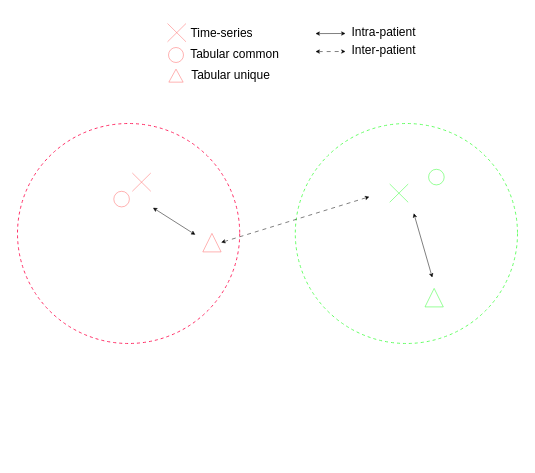
Earlier version of the draw.io diagram contrastive_decoupling.drawio (Jeremstym/didacticJerem). Source tidied: cells renumbered, new cells numbered last; positions are measured from the earlier drawing's top-left corner, leaving out a move shared by most shapes. Both pictures are drawn from the tidied source at 100%, with x=0, y=0 at pixel (17, 17).
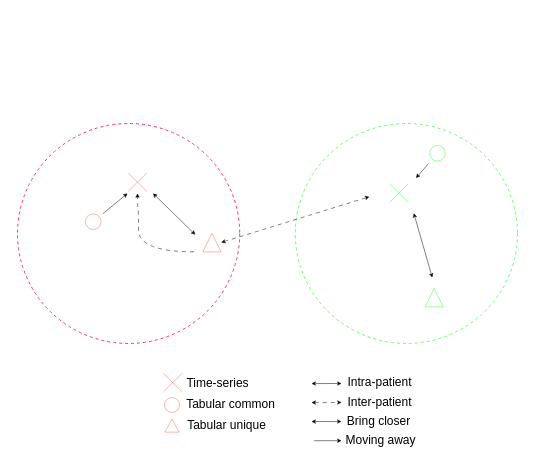
After the change.

Unchanged cells that the change refers to:
```xml
<mxCell id="2" style="ellipse;whiteSpace=wrap;html=1;fillColor=none;dashed=1;strokeColor=#FF3068;" parent="1" vertex="1">
  <mxGeometry y="106" width="222.2" height="220" as="geometry" />
</mxCell>
```

The edit, as a diff of the source:
```diff
@@
+    <mxCell id="13" style="ellipse;whiteSpace=wrap;html=1;fillColor=none;dashed=1;strokeColor=#66FF66;" parent="1" vertex="1">
+      <mxGeometry x="277.8" y="106" width="222.2" height="220" as="geometry" />
+    </mxCell>
@@
     <mxCell id="3" style="ellipse;whiteSpace=wrap;html=1;align=center;verticalAlign=top;fontFamily=Helvetica;fontSize=12;fontColor=default;fillColor=none;gradientColor=none;strokeWidth=0.5;strokeColor=#FF6666;" parent="1" vertex="1">
-      <mxGeometry x="96.3" y="173.8" width="15.6" height="15.6" as="geometry" />
+      <mxGeometry x="68" y="196.4" width="15.6" height="15.6" as="geometry" />
     </mxCell>
     <mxCell id="4" style="endArrow=none;html=1;rounded=0;fontFamily=Helvetica;fontSize=12;fontColor=default;strokeWidth=0.5;strokeColor=#FF6666;" parent="1" edge="1">
       <mxGeometry relative="1" as="geometry">
-        <mxPoint x="114.8" y="173.8" as="sourcePoint" />
-        <mxPoint x="133.3" y="155.5" as="targetPoint" />
+        <mxPoint x="110.8" y="173.8" as="sourcePoint" />
+        <mxPoint x="129.3" y="155.5" as="targetPoint" />
       </mxGeometry>
     </mxCell>
     <mxCell id="5" style="endArrow=none;html=1;rounded=0;fontFamily=Helvetica;fontSize=12;fontColor=default;strokeWidth=0.5;strokeColor=#FF6666;" parent="1" edge="1">
       <mxGeometry relative="1" as="geometry">
-        <mxPoint x="133.3" y="173.8" as="sourcePoint" />
-        <mxPoint x="114.8" y="155.5" as="targetPoint" />
+        <mxPoint x="129.3" y="173.8" as="sourcePoint" />
+        <mxPoint x="110.8" y="155.5" as="targetPoint" />
         <Array as="points">
-          <mxPoint x="114.8" y="155.5" />
+          <mxPoint x="110.8" y="155.5" />
         </Array>
       </mxGeometry>
     </mxCell>
@@
     <mxCell id="7" style="ellipse;whiteSpace=wrap;html=1;align=center;verticalAlign=top;fontFamily=Helvetica;fontSize=12;fontColor=default;fillColor=none;gradientColor=none;strokeWidth=0.5;strokeColor=#33FF33;" parent="1" vertex="1">
-      <mxGeometry x="411.1" y="151.8" width="15.6" height="15.6" as="geometry" />
+      <mxGeometry x="412.1" y="128" width="15.6" height="15.6" as="geometry" />
     </mxCell>
@@
-    <mxCell id="11" style="endArrow=classic;startArrow=classic;html=1;rounded=0;fontFamily=Helvetica;fontSize=12;fontColor=default;strokeWidth=0.5;endSize=3;startSize=3;" parent="1" edge="1">
+    <mxCell id="11" style="endArrow=classic;startArrow=classic;html=1;rounded=0;fontFamily=Helvetica;fontSize=12;fontColor=default;strokeWidth=0.5;endSize=3;startSize=3;exitX=0.61;exitY=0.318;exitDx=0;exitDy=0;exitPerimeter=0;" parent="1" edge="1" source="2">
       <mxGeometry relative="1" as="geometry">
-        <mxPoint x="135.5" y="190.3" as="sourcePoint" />
         <mxPoint x="177.8" y="217.2" as="targetPoint" />
       </mxGeometry>
     </mxCell>
@@
-    <mxCell id="13" style="ellipse;whiteSpace=wrap;html=1;fillColor=none;dashed=1;strokeColor=#66FF66;" parent="1" vertex="1">
-      <mxGeometry x="277.8" y="106" width="222.2" height="220" as="geometry" />
-    </mxCell>
@@
     <mxCell id="15" style="endArrow=none;html=1;rounded=0;fontFamily=Helvetica;fontSize=12;fontColor=default;strokeWidth=0.5;strokeColor=#FF6666;" parent="1" edge="1">
       <mxGeometry relative="1" as="geometry">
-        <mxPoint x="150" y="24.3" as="sourcePoint" />
-        <mxPoint x="168.5" y="6" as="targetPoint" />
+        <mxPoint x="146" y="374.3" as="sourcePoint" />
+        <mxPoint x="164.5" y="356" as="targetPoint" />
       </mxGeometry>
     </mxCell>
     <mxCell id="16" style="endArrow=none;html=1;rounded=0;fontFamily=Helvetica;fontSize=12;fontColor=default;strokeWidth=0.5;strokeColor=#FF6666;" parent="1" edge="1">
       <mxGeometry relative="1" as="geometry">
-        <mxPoint x="168.5" y="24.3" as="sourcePoint" />
-        <mxPoint x="150" y="6" as="targetPoint" />
+        <mxPoint x="164.5" y="374.3" as="sourcePoint" />
+        <mxPoint x="146" y="356" as="targetPoint" />
         <Array as="points">
-          <mxPoint x="150" y="6" />
+          <mxPoint x="146" y="356" />
         </Array>
       </mxGeometry>
     </mxCell>
     <mxCell id="17" value="Time-series" style="text;html=1;align=center;verticalAlign=middle;strokeColor=none;fillColor=none;fontFamily=Helvetica;fontSize=12;fontColor=default;" parent="1" vertex="1">
-      <mxGeometry x="159" y="1" width="90" height="30" as="geometry" />
+      <mxGeometry x="155" y="351" width="90" height="30" as="geometry" />
     </mxCell>
     <mxCell id="18" style="ellipse;whiteSpace=wrap;html=1;align=center;verticalAlign=top;fontFamily=Helvetica;fontSize=12;fontColor=default;fillColor=none;gradientColor=none;strokeWidth=0.5;strokeColor=#FF6666;" parent="1" vertex="1">
-      <mxGeometry x="151" y="30" width="15" height="15" as="geometry" />
+      <mxGeometry x="147" y="380" width="15" height="15" as="geometry" />
     </mxCell>
     <mxCell id="19" value="Tabular common" style="text;html=1;align=center;verticalAlign=middle;strokeColor=none;fillColor=none;fontFamily=Helvetica;fontSize=12;fontColor=default;" parent="1" vertex="1">
-      <mxGeometry x="162" y="21.5" width="110" height="30" as="geometry" />
+      <mxGeometry x="158" y="371.5" width="110" height="30" as="geometry" />
     </mxCell>
     <mxCell id="20" style="triangle;whiteSpace=wrap;html=1;align=center;verticalAlign=top;fontFamily=Helvetica;fontSize=12;fontColor=default;fillColor=none;gradientColor=none;rotation=-90;strokeWidth=0.5;strokeColor=#FF6666;" parent="1" vertex="1">
-      <mxGeometry x="152" y="51" width="13" height="14.3" as="geometry" />
+      <mxGeometry x="148" y="401" width="13" height="14.3" as="geometry" />
     </mxCell>
     <mxCell id="21" value="Tabular unique" style="text;html=1;align=center;verticalAlign=middle;strokeColor=none;fillColor=none;fontFamily=Helvetica;fontSize=12;fontColor=default;" parent="1" vertex="1">
-      <mxGeometry x="163" y="43.2" width="100" height="30" as="geometry" />
+      <mxGeometry x="159" y="393.2" width="100" height="30" as="geometry" />
     </mxCell>
     <mxCell id="22" style="endArrow=classic;startArrow=classic;html=1;rounded=0;fontFamily=Helvetica;fontSize=12;fontColor=default;strokeWidth=0.5;endSize=3;startSize=3;" parent="1" edge="1">
       <mxGeometry relative="1" as="geometry">
-        <mxPoint x="298" y="16.1" as="sourcePoint" />
-        <mxPoint x="328" y="16" as="targetPoint" />
+        <mxPoint x="294" y="366.1" as="sourcePoint" />
+        <mxPoint x="324" y="366" as="targetPoint" />
       </mxGeometry>
     </mxCell>
     <mxCell id="23" value="Intra-patient" style="text;html=1;align=center;verticalAlign=middle;strokeColor=none;fillColor=none;fontFamily=Helvetica;fontSize=12;fontColor=default;" parent="1" vertex="1">
-      <mxGeometry x="321.1" width="90" height="30" as="geometry" />
+      <mxGeometry x="317.1" y="350" width="90" height="30" as="geometry" />
     </mxCell>
     <mxCell id="24" style="endArrow=classic;startArrow=classic;html=1;rounded=0;fontFamily=Helvetica;fontSize=12;fontColor=default;strokeWidth=0.5;endSize=3;startSize=3;dashed=1;dashPattern=8 8;" parent="1" edge="1">
       <mxGeometry relative="1" as="geometry">
-        <mxPoint x="298" y="34.1" as="sourcePoint" />
-        <mxPoint x="328" y="34" as="targetPoint" />
+        <mxPoint x="294" y="385.1" as="sourcePoint" />
+        <mxPoint x="324" y="385" as="targetPoint" />
       </mxGeometry>
     </mxCell>
     <mxCell id="25" value="Inter-patient" style="text;html=1;align=center;verticalAlign=middle;strokeColor=none;fillColor=none;fontFamily=Helvetica;fontSize=12;fontColor=default;" parent="1" vertex="1">
-      <mxGeometry x="321.1" y="18" width="90" height="30" as="geometry" />
+      <mxGeometry x="317.1" y="370" width="90" height="30" as="geometry" />
     </mxCell>
+    <mxCell id="26" style="endArrow=classic;html=1;rounded=0;fontFamily=Helvetica;fontSize=12;fontColor=default;endSize=3;strokeWidth=0.5;exitX=0.495;exitY=0.591;exitDx=0;exitDy=0;exitPerimeter=0;entryX=0.495;entryY=0.318;entryDx=0;entryDy=0;entryPerimeter=0;" parent="1" edge="1" target="2">
+      <mxGeometry relative="1" as="geometry">
+        <mxPoint x="85.6" y="196" as="sourcePoint" />
+      </mxGeometry>
+    </mxCell>
+    <mxCell id="27" style="endArrow=classic;html=1;rounded=0;fontFamily=Helvetica;fontSize=12;fontColor=default;endSize=3;strokeWidth=0.5;entryX=0.495;entryY=0.318;entryDx=0;entryDy=0;entryPerimeter=0;exitX=0.595;exitY=0.182;exitDx=0;exitDy=0;exitPerimeter=0;" parent="1" edge="1">
+      <mxGeometry relative="1" as="geometry">
+        <mxPoint x="411.1" y="146" as="sourcePoint" />
+        <mxPoint x="398.5" y="160.5" as="targetPoint" />
+      </mxGeometry>
+    </mxCell>
+    <mxCell id="28" style="endArrow=classic;html=1;rounded=0;fontFamily=Helvetica;fontSize=12;fontColor=default;edgeStyle=orthogonalEdgeStyle;curved=1;strokeWidth=0.5;endSize=3;exitX=0.242;exitY=0.064;exitDx=0;exitDy=0;exitPerimeter=0;entryX=0.54;entryY=0.318;entryDx=0;entryDy=0;entryPerimeter=0;dashed=1;dashPattern=8 8;" parent="1" edge="1" target="2">
+      <mxGeometry relative="1" as="geometry">
+        <mxPoint x="176.5" y="234.3" as="sourcePoint" />
+        <Array as="points">
+          <mxPoint x="121" y="234" />
+          <mxPoint x="121" y="190" />
+          <mxPoint x="120" y="190" />
+        </Array>
+      </mxGeometry>
+    </mxCell>
+    <mxCell id="29" style="endArrow=classic;startArrow=classic;html=1;rounded=0;fontFamily=Helvetica;fontSize=12;fontColor=default;strokeWidth=0.5;endSize=3;startSize=3;" parent="1" edge="1">
+      <mxGeometry relative="1" as="geometry">
+        <mxPoint x="294" y="404.1" as="sourcePoint" />
+        <mxPoint x="324" y="404" as="targetPoint" />
+      </mxGeometry>
+    </mxCell>
+    <mxCell id="30" style="endArrow=classic;html=1;rounded=0;fontFamily=Helvetica;fontSize=12;fontColor=default;endSize=3;strokeWidth=0.5;exitX=0.495;exitY=0.591;exitDx=0;exitDy=0;exitPerimeter=0;" parent="1" edge="1">
+      <mxGeometry relative="1" as="geometry">
+        <mxPoint x="296.7" y="423.2" as="sourcePoint" />
+        <mxPoint x="324" y="423.2" as="targetPoint" />
+      </mxGeometry>
+    </mxCell>
+    <mxCell id="31" value="Moving away" style="text;html=1;align=center;verticalAlign=middle;strokeColor=none;fillColor=none;fontFamily=Helvetica;fontSize=12;fontColor=default;" parent="1" vertex="1">
+      <mxGeometry x="318.4" y="408" width="90" height="30" as="geometry" />
+    </mxCell>
+    <mxCell id="32" value="Bring closer" style="text;html=1;align=center;verticalAlign=middle;strokeColor=none;fillColor=none;fontFamily=Helvetica;fontSize=12;fontColor=default;" parent="1" vertex="1">
+      <mxGeometry x="316.4" y="389" width="90" height="30" as="geometry" />
+    </mxCell>
```
